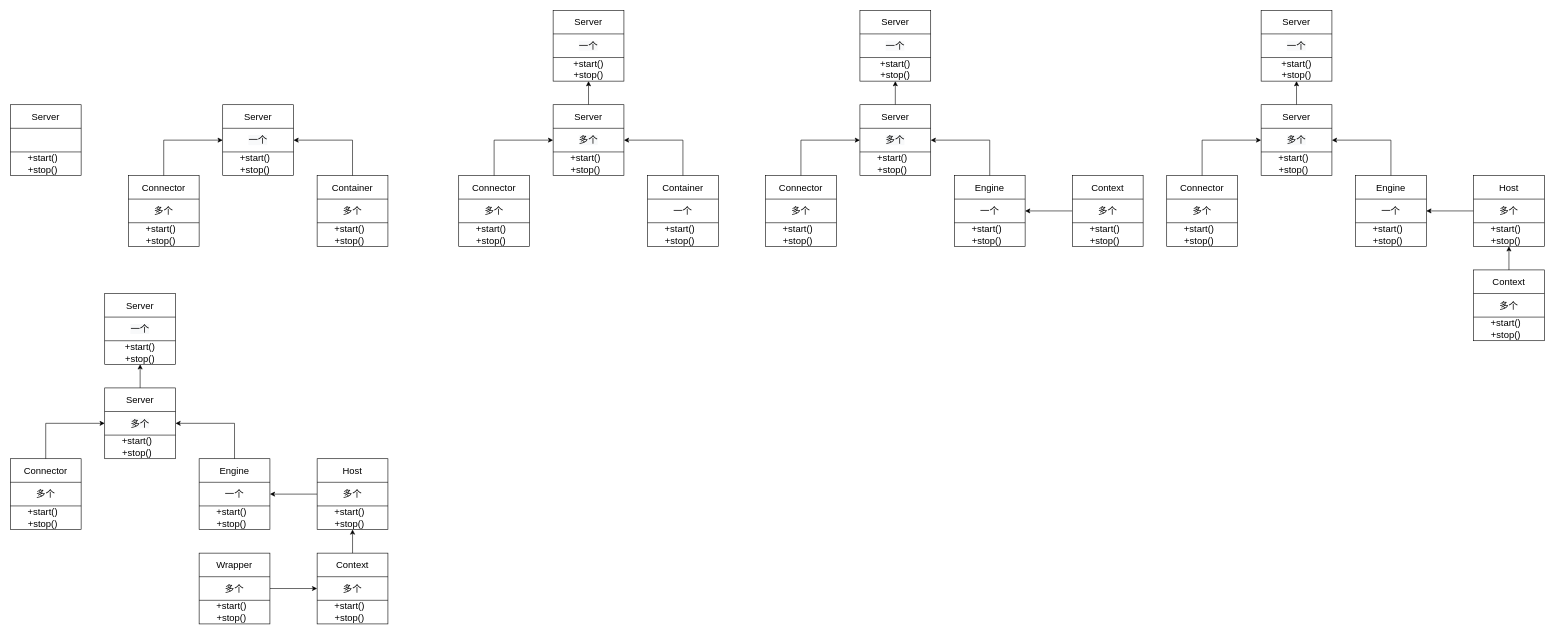
Earlier version of the draw.io diagram 第二章 Tomcat总体架构/应用服务器.drawio (useager/Tomcat-). Source tidied: cells renumbered, new cells numbered last; positions are measured from the earlier drawing's top-left corner, leaving out a move shared by most shapes. Both pictures are drawn from the tidied source at 59%, with x=0, y=0 at pixel (10, 10).
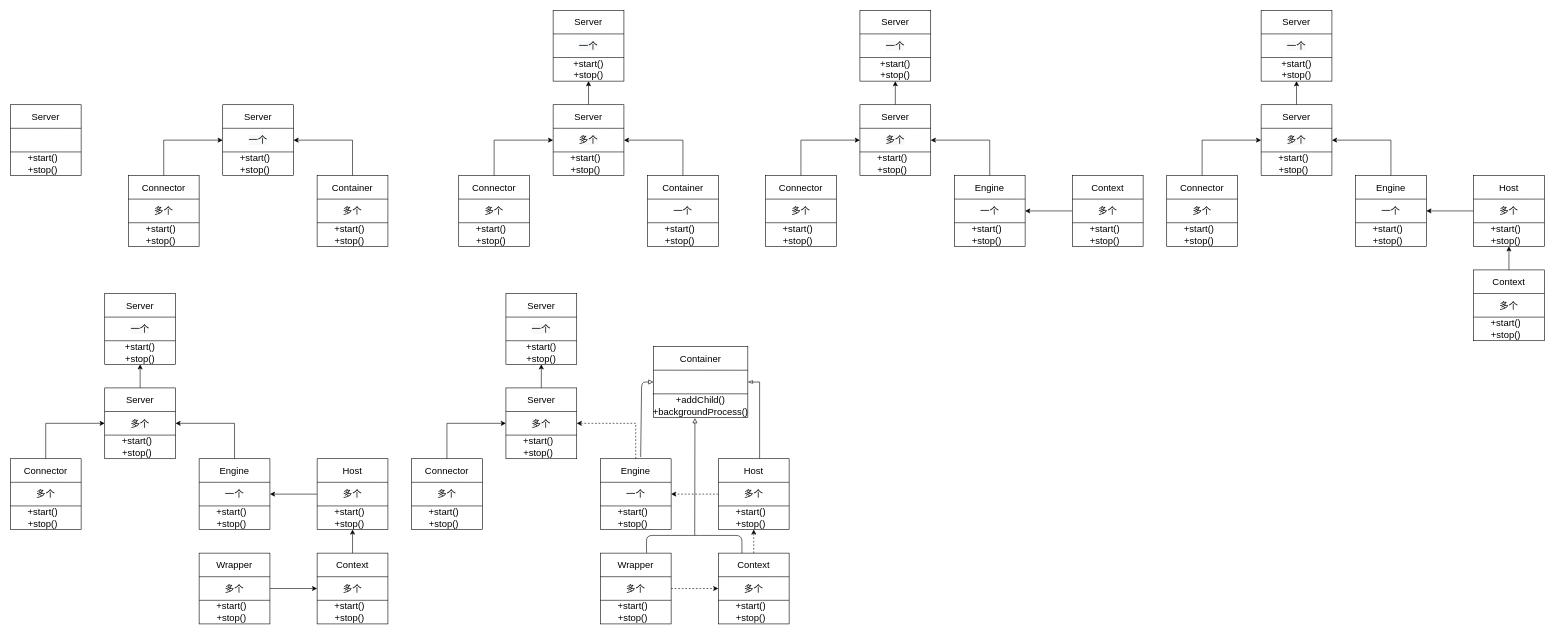
The same diagram, later.

Commit message:
更新应用服务器.drawio

Diff of the diagram source:
```diff
@@
+    <mxCell id="152" style="edgeStyle=orthogonalEdgeStyle;rounded=0;jettySize=auto;html=1;fontSize=16;entryX=0.5;entryY=1;entryDx=0;entryDy=0;" parent="1" edge="1" source="153" target="170">
+      <mxGeometry relative="1" as="geometry" />
+    </mxCell>
+    <mxCell id="153" value="&lt;span style=&quot;color: rgb(0 , 0 , 0) ; font-family: &amp;#34;helvetica&amp;#34; ; font-size: 16px ; font-style: normal ; font-weight: 400 ; letter-spacing: normal ; text-align: center ; text-indent: 0px ; text-transform: none ; word-spacing: 0px ; background-color: rgb(248 , 249 , 250) ; display: inline ; float: none&quot;&gt;多个&lt;/span&gt;" style="rounded=0;whiteSpace=wrap;html=1;" parent="1" vertex="1">
+      <mxGeometry x="840" y="640" width="120" height="120" as="geometry" />
+    </mxCell>
+    <mxCell id="154" style="endArrow=none;html=1;exitX=0;exitY=0.333;exitDx=0;exitDy=0;exitPerimeter=0;" parent="1" edge="1" source="153">
+      <mxGeometry relative="1" as="geometry">
+        <mxPoint x="960" y="680" as="targetPoint" />
+      </mxGeometry>
+    </mxCell>
+    <mxCell id="155" style="endArrow=none;html=1;exitX=0;exitY=0.333;exitDx=0;exitDy=0;exitPerimeter=0;" parent="1" edge="1">
+      <mxGeometry relative="1" as="geometry">
+        <mxPoint x="840" y="720" as="sourcePoint" />
+        <mxPoint x="960" y="720" as="targetPoint" />
+      </mxGeometry>
+    </mxCell>
+    <mxCell id="156" value="+start()&lt;br&gt;+stop()" style="text;html=1;strokeColor=none;fillColor=none;align=center;verticalAlign=middle;whiteSpace=wrap;rounded=0;fontSize=16;" parent="1" vertex="1">
+      <mxGeometry x="850" y="720" width="90" height="40" as="geometry" />
+    </mxCell>
+    <mxCell id="157" value="Server" style="text;html=1;strokeColor=none;fillColor=none;align=center;verticalAlign=middle;whiteSpace=wrap;rounded=0;fontSize=16;" parent="1" vertex="1">
+      <mxGeometry x="870" y="640" width="60" height="40" as="geometry" />
+    </mxCell>
+    <mxCell id="158" value="&lt;span style=&quot;font-size: 16px&quot;&gt;一个&lt;/span&gt;" style="rounded=0;whiteSpace=wrap;html=1;" parent="1" vertex="1">
+      <mxGeometry x="1000" y="760" width="120" height="120" as="geometry" />
+    </mxCell>
+    <mxCell id="159" style="endArrow=none;html=1;exitX=0;exitY=0.333;exitDx=0;exitDy=0;exitPerimeter=0;" parent="1" edge="1" source="158">
+      <mxGeometry relative="1" as="geometry">
+        <mxPoint x="1120" y="800" as="targetPoint" />
+      </mxGeometry>
+    </mxCell>
+    <mxCell id="160" style="endArrow=none;html=1;exitX=0;exitY=0.333;exitDx=0;exitDy=0;exitPerimeter=0;" parent="1" edge="1">
+      <mxGeometry relative="1" as="geometry">
+        <mxPoint x="1000" y="840" as="sourcePoint" />
+        <mxPoint x="1120" y="840" as="targetPoint" />
+      </mxGeometry>
+    </mxCell>
+    <mxCell id="161" value="+start()&lt;br&gt;+stop()" style="text;html=1;strokeColor=none;fillColor=none;align=center;verticalAlign=middle;whiteSpace=wrap;rounded=0;fontSize=16;" parent="1" vertex="1">
+      <mxGeometry x="1010" y="840" width="90" height="40" as="geometry" />
+    </mxCell>
+    <mxCell id="162" style="edgeStyle=orthogonalEdgeStyle;rounded=0;jettySize=auto;html=1;entryX=1;entryY=0.5;entryDx=0;entryDy=0;fontSize=16;exitX=0.5;exitY=0;exitDx=0;exitDy=0;dashed=1;" parent="1" edge="1" source="163" target="153">
+      <mxGeometry relative="1" as="geometry">
+        <Array as="points">
+          <mxPoint x="1060" y="700" />
+        </Array>
+      </mxGeometry>
+    </mxCell>
+    <mxCell id="163" value="Engine" style="text;html=1;strokeColor=none;fillColor=none;align=center;verticalAlign=middle;whiteSpace=wrap;rounded=0;fontSize=16;" parent="1" vertex="1">
+      <mxGeometry x="1030" y="760" width="60" height="40" as="geometry" />
+    </mxCell>
+    <mxCell id="164" value="&lt;font style=&quot;font-size: 16px&quot;&gt;多个&lt;/font&gt;" style="rounded=0;whiteSpace=wrap;html=1;" parent="1" vertex="1">
+      <mxGeometry x="680" y="760" width="120" height="120" as="geometry" />
+    </mxCell>
+    <mxCell id="165" style="endArrow=none;html=1;exitX=0;exitY=0.333;exitDx=0;exitDy=0;exitPerimeter=0;" parent="1" edge="1" source="164">
+      <mxGeometry relative="1" as="geometry">
+        <mxPoint x="800" y="800" as="targetPoint" />
+      </mxGeometry>
+    </mxCell>
+    <mxCell id="166" style="endArrow=none;html=1;exitX=0;exitY=0.333;exitDx=0;exitDy=0;exitPerimeter=0;" parent="1" edge="1">
+      <mxGeometry relative="1" as="geometry">
+        <mxPoint x="680" y="840" as="sourcePoint" />
+        <mxPoint x="800" y="840" as="targetPoint" />
+      </mxGeometry>
+    </mxCell>
+    <mxCell id="167" value="+start()&lt;br&gt;+stop()" style="text;html=1;strokeColor=none;fillColor=none;align=center;verticalAlign=middle;whiteSpace=wrap;rounded=0;fontSize=16;" parent="1" vertex="1">
+      <mxGeometry x="690" y="840" width="90" height="40" as="geometry" />
+    </mxCell>
+    <mxCell id="168" style="edgeStyle=orthogonalEdgeStyle;rounded=0;jettySize=auto;html=1;entryX=0;entryY=0.5;entryDx=0;entryDy=0;fontSize=16;" parent="1" edge="1" source="169" target="153">
+      <mxGeometry relative="1" as="geometry">
+        <Array as="points">
+          <mxPoint x="740" y="700" />
+        </Array>
+      </mxGeometry>
+    </mxCell>
+    <mxCell id="169" value="Connector" style="text;html=1;strokeColor=none;fillColor=none;align=center;verticalAlign=middle;whiteSpace=wrap;rounded=0;fontSize=16;" parent="1" vertex="1">
+      <mxGeometry x="710" y="760" width="60" height="40" as="geometry" />
+    </mxCell>
+    <mxCell id="170" value="&lt;span style=&quot;color: rgb(0 , 0 , 0) ; font-family: &amp;#34;helvetica&amp;#34; ; font-size: 16px ; font-style: normal ; font-weight: 400 ; letter-spacing: normal ; text-align: center ; text-indent: 0px ; text-transform: none ; word-spacing: 0px ; background-color: rgb(248 , 249 , 250) ; display: inline ; float: none&quot;&gt;一个&lt;/span&gt;" style="rounded=0;whiteSpace=wrap;html=1;" parent="1" vertex="1">
+      <mxGeometry x="840" y="480" width="120" height="120" as="geometry" />
+    </mxCell>
+    <mxCell id="171" style="endArrow=none;html=1;exitX=0;exitY=0.333;exitDx=0;exitDy=0;exitPerimeter=0;" parent="1" edge="1" source="170">
+      <mxGeometry relative="1" as="geometry">
+        <mxPoint x="960" y="520" as="targetPoint" />
+      </mxGeometry>
+    </mxCell>
+    <mxCell id="172" style="endArrow=none;html=1;exitX=0;exitY=0.333;exitDx=0;exitDy=0;exitPerimeter=0;" parent="1" edge="1">
+      <mxGeometry relative="1" as="geometry">
+        <mxPoint x="840" y="560" as="sourcePoint" />
+        <mxPoint x="960" y="560" as="targetPoint" />
+      </mxGeometry>
+    </mxCell>
+    <mxCell id="173" value="+start()&lt;br&gt;+stop()" style="text;html=1;strokeColor=none;fillColor=none;align=center;verticalAlign=middle;whiteSpace=wrap;rounded=0;fontSize=16;" parent="1" vertex="1">
+      <mxGeometry x="860" y="560" width="80" height="40" as="geometry" />
+    </mxCell>
+    <mxCell id="174" value="Server" style="text;html=1;strokeColor=none;fillColor=none;align=center;verticalAlign=middle;whiteSpace=wrap;rounded=0;fontSize=16;" parent="1" vertex="1">
+      <mxGeometry x="870" y="480" width="60" height="40" as="geometry" />
+    </mxCell>
+    <mxCell id="175" style="edgeStyle=orthogonalEdgeStyle;rounded=0;jettySize=auto;html=1;fontSize=16;entryX=1;entryY=0.5;entryDx=0;entryDy=0;dashed=1;" parent="1" edge="1" source="177" target="158">
+      <mxGeometry relative="1" as="geometry" />
+    </mxCell>
+    <mxCell id="176" style="edgeStyle=orthogonalEdgeStyle;rounded=0;jettySize=auto;html=1;entryX=1;entryY=0.5;entryDx=0;entryDy=0;endArrow=blockThin;endFill=0;fontSize=16;" parent="1" edge="1" source="177" target="194">
+      <mxGeometry relative="1" as="geometry">
+        <Array as="points">
+          <mxPoint x="1270" y="630" />
+        </Array>
+      </mxGeometry>
+    </mxCell>
+    <mxCell id="177" value="&lt;span style=&quot;font-size: 16px&quot;&gt;多个&lt;/span&gt;" style="rounded=0;whiteSpace=wrap;html=1;" parent="1" vertex="1">
+      <mxGeometry x="1200" y="760" width="120" height="120" as="geometry" />
+    </mxCell>
+    <mxCell id="178" style="endArrow=none;html=1;exitX=0;exitY=0.333;exitDx=0;exitDy=0;exitPerimeter=0;" parent="1" edge="1" source="177">
+      <mxGeometry relative="1" as="geometry">
+        <mxPoint x="1320" y="800" as="targetPoint" />
+      </mxGeometry>
+    </mxCell>
+    <mxCell id="179" style="endArrow=none;html=1;exitX=0;exitY=0.333;exitDx=0;exitDy=0;exitPerimeter=0;" parent="1" edge="1">
+      <mxGeometry relative="1" as="geometry">
+        <mxPoint x="1200" y="840" as="sourcePoint" />
+        <mxPoint x="1320" y="840" as="targetPoint" />
+      </mxGeometry>
+    </mxCell>
+    <mxCell id="180" value="+start()&lt;br&gt;+stop()" style="text;html=1;strokeColor=none;fillColor=none;align=center;verticalAlign=middle;whiteSpace=wrap;rounded=0;fontSize=16;" parent="1" vertex="1">
+      <mxGeometry x="1210" y="840" width="90" height="40" as="geometry" />
+    </mxCell>
+    <mxCell id="181" value="Host" style="text;html=1;strokeColor=none;fillColor=none;align=center;verticalAlign=middle;whiteSpace=wrap;rounded=0;fontSize=16;" parent="1" vertex="1">
+      <mxGeometry x="1230" y="760" width="60" height="40" as="geometry" />
+    </mxCell>
+    <mxCell id="182" value="&lt;span style=&quot;font-size: 16px&quot;&gt;多个&lt;/span&gt;" style="rounded=0;whiteSpace=wrap;html=1;" parent="1" vertex="1">
+      <mxGeometry x="1200" y="920" width="120" height="120" as="geometry" />
+    </mxCell>
+    <mxCell id="183" style="endArrow=none;html=1;exitX=0;exitY=0.333;exitDx=0;exitDy=0;exitPerimeter=0;" parent="1" edge="1" source="182">
+      <mxGeometry relative="1" as="geometry">
+        <mxPoint x="1320" y="960" as="targetPoint" />
+      </mxGeometry>
+    </mxCell>
+    <mxCell id="184" style="endArrow=none;html=1;exitX=0;exitY=0.333;exitDx=0;exitDy=0;exitPerimeter=0;" parent="1" edge="1">
+      <mxGeometry relative="1" as="geometry">
+        <mxPoint x="1200" y="1000" as="sourcePoint" />
+        <mxPoint x="1320" y="1000" as="targetPoint" />
+      </mxGeometry>
+    </mxCell>
+    <mxCell id="185" value="+start()&lt;br&gt;+stop()" style="text;html=1;strokeColor=none;fillColor=none;align=center;verticalAlign=middle;whiteSpace=wrap;rounded=0;fontSize=16;" parent="1" vertex="1">
+      <mxGeometry x="1210" y="1000" width="90" height="40" as="geometry" />
+    </mxCell>
+    <mxCell id="186" style="edgeStyle=orthogonalEdgeStyle;rounded=0;jettySize=auto;html=1;entryX=0.556;entryY=1;entryDx=0;entryDy=0;entryPerimeter=0;fontSize=16;dashed=1;" parent="1" edge="1" source="187" target="180">
+      <mxGeometry relative="1" as="geometry" />
+    </mxCell>
+    <mxCell id="187" value="Context" style="text;html=1;strokeColor=none;fillColor=none;align=center;verticalAlign=middle;whiteSpace=wrap;rounded=0;fontSize=16;" parent="1" vertex="1">
+      <mxGeometry x="1230" y="920" width="60" height="40" as="geometry" />
+    </mxCell>
+    <mxCell id="188" style="edgeStyle=orthogonalEdgeStyle;rounded=0;jettySize=auto;html=1;entryX=0;entryY=0.5;entryDx=0;entryDy=0;fontSize=16;dashed=1;" parent="1" edge="1" source="189" target="182">
+      <mxGeometry relative="1" as="geometry" />
+    </mxCell>
+    <mxCell id="189" value="&lt;span style=&quot;font-size: 16px&quot;&gt;多个&lt;/span&gt;" style="rounded=0;whiteSpace=wrap;html=1;" parent="1" vertex="1">
+      <mxGeometry x="1000" y="920" width="120" height="120" as="geometry" />
+    </mxCell>
+    <mxCell id="190" style="endArrow=none;html=1;exitX=0;exitY=0.333;exitDx=0;exitDy=0;exitPerimeter=0;" parent="1" edge="1" source="189">
+      <mxGeometry relative="1" as="geometry">
+        <mxPoint x="1120" y="960" as="targetPoint" />
+      </mxGeometry>
+    </mxCell>
+    <mxCell id="191" style="endArrow=none;html=1;exitX=0;exitY=0.333;exitDx=0;exitDy=0;exitPerimeter=0;" parent="1" edge="1">
+      <mxGeometry relative="1" as="geometry">
+        <mxPoint x="1000" y="1000" as="sourcePoint" />
+        <mxPoint x="1120" y="1000" as="targetPoint" />
+      </mxGeometry>
+    </mxCell>
+    <mxCell id="192" value="+start()&lt;br&gt;+stop()" style="text;html=1;strokeColor=none;fillColor=none;align=center;verticalAlign=middle;whiteSpace=wrap;rounded=0;fontSize=16;" parent="1" vertex="1">
+      <mxGeometry x="1010" y="1000" width="90" height="40" as="geometry" />
+    </mxCell>
+    <mxCell id="193" value="Wrapper" style="text;html=1;strokeColor=none;fillColor=none;align=center;verticalAlign=middle;whiteSpace=wrap;rounded=0;fontSize=16;" parent="1" vertex="1">
+      <mxGeometry x="1030" y="920" width="60" height="40" as="geometry" />
+    </mxCell>
+    <mxCell id="194" style="rounded=0;whiteSpace=wrap;html=1;" parent="1" vertex="1">
+      <mxGeometry x="1090" y="570" width="160" height="120" as="geometry" />
+    </mxCell>
+    <mxCell id="195" style="endArrow=none;html=1;exitX=0;exitY=0.333;exitDx=0;exitDy=0;exitPerimeter=0;" parent="1" edge="1" source="194">
+      <mxGeometry relative="1" as="geometry">
+        <mxPoint x="1250" y="610" as="targetPoint" />
+      </mxGeometry>
+    </mxCell>
+    <mxCell id="196" style="endArrow=none;html=1;exitX=-0.007;exitY=0.667;exitDx=0;exitDy=0;exitPerimeter=0;" parent="1" edge="1" source="194">
+      <mxGeometry relative="1" as="geometry">
+        <mxPoint x="1250" y="650" as="targetPoint" />
+      </mxGeometry>
+    </mxCell>
+    <mxCell id="197" value="+addChild()&lt;br&gt;+backgroundProcess()" style="text;html=1;strokeColor=none;fillColor=none;align=center;verticalAlign=middle;whiteSpace=wrap;rounded=0;fontSize=16;" parent="1" vertex="1">
+      <mxGeometry x="1125" y="650" width="90" height="40" as="geometry" />
+    </mxCell>
+    <mxCell id="198" value="Container" style="text;html=1;strokeColor=none;fillColor=none;align=center;verticalAlign=middle;whiteSpace=wrap;rounded=0;fontSize=16;" parent="1" vertex="1">
+      <mxGeometry x="1140" y="570" width="60" height="40" as="geometry" />
+    </mxCell>
+    <mxCell id="199" style="endArrow=block;html=1;fontSize=16;entryX=0;entryY=0.5;entryDx=0;entryDy=0;exitX=0.64;exitY=-0.07;exitDx=0;exitDy=0;exitPerimeter=0;endFill=0;" parent="1" edge="1" source="163" target="194">
+      <mxGeometry relative="1" as="geometry">
+        <Array as="points">
+          <mxPoint x="1070" y="630" />
+        </Array>
+      </mxGeometry>
+    </mxCell>
+    <mxCell id="200" style="endArrow=none;html=1;fontSize=16;entryX=0.167;entryY=0;entryDx=0;entryDy=0;entryPerimeter=0;exitX=0.807;exitY=-0.01;exitDx=0;exitDy=0;exitPerimeter=0;" parent="1" edge="1" source="193" target="187">
+      <mxGeometry relative="1" as="geometry">
+        <Array as="points">
+          <mxPoint x="1078" y="890" />
+          <mxPoint x="1160" y="890" />
+          <mxPoint x="1240" y="890" />
+        </Array>
+      </mxGeometry>
+    </mxCell>
+    <mxCell id="201" style="endArrow=block;html=1;fontSize=16;entryX=0.393;entryY=1.03;entryDx=0;entryDy=0;entryPerimeter=0;endFill=0;" parent="1" edge="1" target="197">
+      <mxGeometry relative="1" as="geometry">
+        <mxPoint x="1160" y="890" as="sourcePoint" />
+      </mxGeometry>
+    </mxCell>
```
